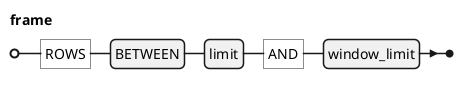
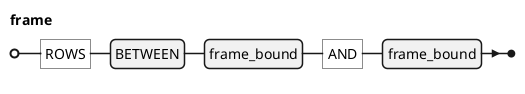
@startebnf
' border and background
skinparam legendBorderColor transparent
skinparam legendBackgroundColor white

'title frame

frame =
-  "ROWS",BETWEEN, limit, "AND", window_limit
+  "ROWS",BETWEEN, frame_bound, "AND", frame_bound
;

@endebnf
